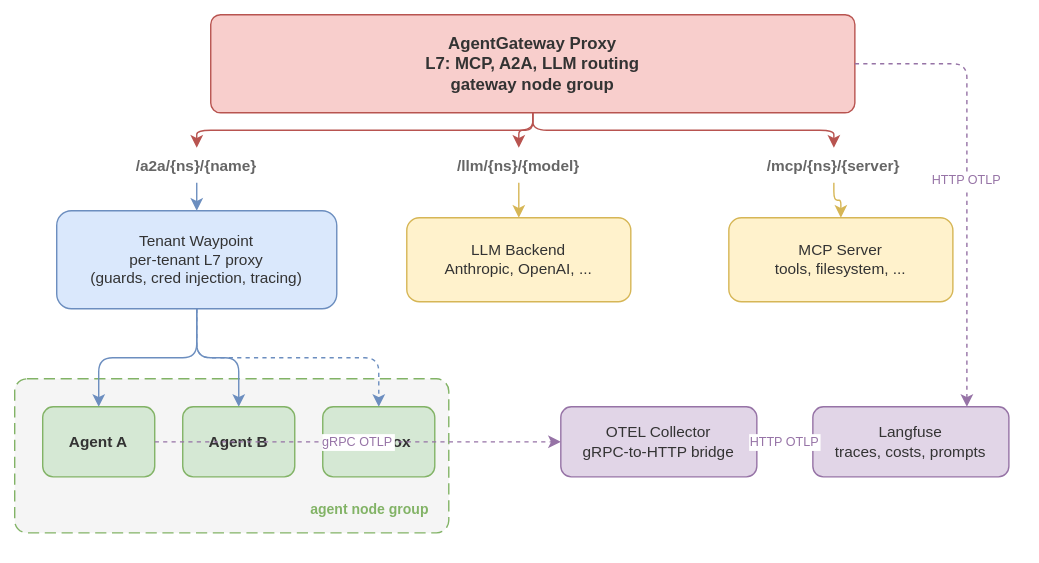
The draw.io diagram architecture.drawio.svg in syn-zhu/agentic-platform, before a commit. Source tidied: cells renumbered, new cells last; positions are measured from the earlier drawing's top-left corner, leaving out a move shared by most shapes.
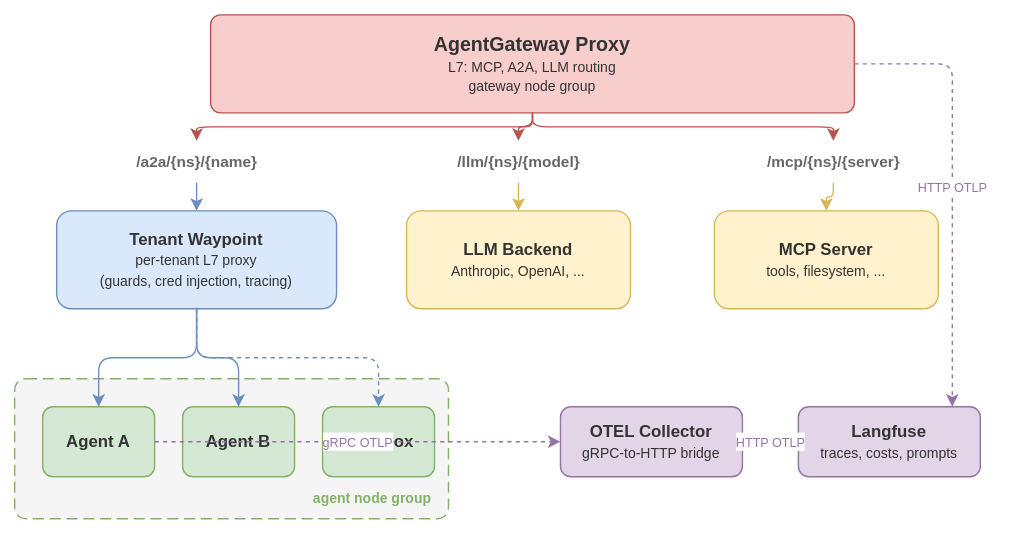
After the change.

Change to the diagram source:
```diff
@@ -2,83 +2,83 @@
   <root>
     <mxCell id="0" />
     <mxCell id="1" parent="0" />
-    <mxCell id="2" value="AgentGateway Proxy&#10;L7: MCP, A2A, LLM routing&#10;gateway node group" style="rounded=1;whiteSpace=wrap;fillColor=#f8cecc;strokeColor=#b85450;fontColor=#333333;fontStyle=1;fontSize=12;arcSize=10;" parent="1" vertex="1">
+    <mxCell id="2" value="&lt;b style=&quot;font-size:14px&quot;&gt;AgentGateway Proxy&lt;/b&gt;&lt;br&gt;&lt;font style=&quot;font-size:10px&quot;&gt;L7: MCP, A2A, LLM routing&lt;br&gt;gateway node group&lt;/font&gt;" style="rounded=1;whiteSpace=wrap;html=1;fillColor=#f8cecc;strokeColor=#b85450;fontColor=#333333;arcSize=10;" parent="1" vertex="1">
       <mxGeometry x="140" width="460" height="70" as="geometry" />
     </mxCell>
-    <mxCell id="3" value="/a2a/{ns}/{name}" style="text;align=center;verticalAlign=middle;fillColor=none;strokeColor=none;fontColor=#666666;fontStyle=1;fontSize=11;" parent="1" vertex="1">
-      <mxGeometry x="50" y="95" width="160" height="25" as="geometry" />
+    <mxCell id="3" value="&lt;font style=&quot;font-size:11px&quot;&gt;&lt;b&gt;/a2a/{ns}/{name}&lt;/b&gt;&lt;/font&gt;" style="text;html=1;align=center;verticalAlign=middle;fillColor=none;strokeColor=none;fontColor=#666666;" parent="1" vertex="1">
+      <mxGeometry x="50" y="90" width="160" height="30" as="geometry" />
     </mxCell>
-    <mxCell id="4" value="/llm/{ns}/{model}" style="text;align=center;verticalAlign=middle;fillColor=none;strokeColor=none;fontColor=#666666;fontStyle=1;fontSize=11;" parent="1" vertex="1">
-      <mxGeometry x="280" y="95" width="160" height="25" as="geometry" />
+    <mxCell id="4" value="&lt;font style=&quot;font-size:11px&quot;&gt;&lt;b&gt;/llm/{ns}/{model}&lt;/b&gt;&lt;/font&gt;" style="text;html=1;align=center;verticalAlign=middle;fillColor=none;strokeColor=none;fontColor=#666666;" parent="1" vertex="1">
+      <mxGeometry x="280" y="90" width="160" height="30" as="geometry" />
     </mxCell>
-    <mxCell id="5" value="/mcp/{ns}/{server}" style="text;align=center;verticalAlign=middle;fillColor=none;strokeColor=none;fontColor=#666666;fontStyle=1;fontSize=11;" parent="1" vertex="1">
-      <mxGeometry x="500" y="95" width="170" height="25" as="geometry" />
+    <mxCell id="5" value="&lt;font style=&quot;font-size:11px&quot;&gt;&lt;b&gt;/mcp/{ns}/{server}&lt;/b&gt;&lt;/font&gt;" style="text;html=1;align=center;verticalAlign=middle;fillColor=none;strokeColor=none;fontColor=#666666;" parent="1" vertex="1">
+      <mxGeometry x="500" y="90" width="170" height="30" as="geometry" />
     </mxCell>
-    <mxCell id="6" style="edgeStyle=orthogonalEdgeStyle;strokeColor=#b85450;" parent="1" edge="1" source="2" target="3">
+    <mxCell id="6" style="edgeStyle=orthogonalEdgeStyle;strokeColor=#b85450;html=1;" parent="1" edge="1" source="2" target="3">
       <mxGeometry relative="1" as="geometry" />
     </mxCell>
-    <mxCell id="7" style="edgeStyle=orthogonalEdgeStyle;strokeColor=#b85450;" parent="1" edge="1" source="2" target="4">
+    <mxCell id="7" style="edgeStyle=orthogonalEdgeStyle;strokeColor=#b85450;html=1;" parent="1" edge="1" source="2" target="4">
       <mxGeometry relative="1" as="geometry" />
     </mxCell>
-    <mxCell id="8" style="edgeStyle=orthogonalEdgeStyle;strokeColor=#b85450;" parent="1" edge="1" source="2" target="5">
+    <mxCell id="8" style="edgeStyle=orthogonalEdgeStyle;strokeColor=#b85450;html=1;" parent="1" edge="1" source="2" target="5">
       <mxGeometry relative="1" as="geometry" />
     </mxCell>
-    <mxCell id="9" value="Tenant Waypoint&#10;per-tenant L7 proxy&#10;(guards, cred injection, tracing)" style="rounded=1;whiteSpace=wrap;fillColor=#dae8fc;strokeColor=#6c8ebf;fontColor=#333333;fontSize=11;" parent="1" vertex="1">
+    <mxCell id="9" value="&lt;b&gt;Tenant Waypoint&lt;/b&gt;&lt;br&gt;&lt;font style=&quot;font-size:10px&quot;&gt;per-tenant L7 proxy&lt;br&gt;(guards, cred injection, tracing)&lt;/font&gt;" style="rounded=1;whiteSpace=wrap;html=1;fillColor=#dae8fc;strokeColor=#6c8ebf;fontColor=#333333;" parent="1" vertex="1">
       <mxGeometry x="30" y="140" width="200" height="70" as="geometry" />
     </mxCell>
-    <mxCell id="10" value="LLM Backend&#10;Anthropic, OpenAI, ..." style="rounded=1;whiteSpace=wrap;fillColor=#fff2cc;strokeColor=#d6b656;fontColor=#333333;fontSize=11;" parent="1" vertex="1">
-      <mxGeometry x="280" y="145" width="160" height="60" as="geometry" />
+    <mxCell id="10" value="&lt;b&gt;LLM Backend&lt;/b&gt;&lt;br&gt;&lt;font style=&quot;font-size:10px&quot;&gt;Anthropic, OpenAI, ...&lt;/font&gt;" style="rounded=1;whiteSpace=wrap;html=1;fillColor=#fff2cc;strokeColor=#d6b656;fontColor=#333333;" parent="1" vertex="1">
+      <mxGeometry x="280" y="140" width="160" height="70" as="geometry" />
     </mxCell>
-    <mxCell id="11" value="MCP Server&#10;tools, filesystem, ..." style="rounded=1;whiteSpace=wrap;fillColor=#fff2cc;strokeColor=#d6b656;fontColor=#333333;fontSize=11;" parent="1" vertex="1">
-      <mxGeometry x="510" y="145" width="160" height="60" as="geometry" />
+    <mxCell id="11" value="&lt;b&gt;MCP Server&lt;/b&gt;&lt;br&gt;&lt;font style=&quot;font-size:10px&quot;&gt;tools, filesystem, ...&lt;/font&gt;" style="rounded=1;whiteSpace=wrap;html=1;fillColor=#fff2cc;strokeColor=#d6b656;fontColor=#333333;" parent="1" vertex="1">
+      <mxGeometry x="500" y="140" width="160" height="70" as="geometry" />
     </mxCell>
-    <mxCell id="12" style="edgeStyle=orthogonalEdgeStyle;strokeColor=#6c8ebf;" parent="1" edge="1" source="3" target="9">
+    <mxCell id="12" style="edgeStyle=orthogonalEdgeStyle;strokeColor=#6c8ebf;html=1;" parent="1" edge="1" source="3" target="9">
       <mxGeometry relative="1" as="geometry" />
     </mxCell>
-    <mxCell id="13" style="edgeStyle=orthogonalEdgeStyle;strokeColor=#d6b656;" parent="1" edge="1" source="4" target="10">
+    <mxCell id="13" style="edgeStyle=orthogonalEdgeStyle;strokeColor=#d6b656;html=1;" parent="1" edge="1" source="4" target="10">
       <mxGeometry relative="1" as="geometry" />
     </mxCell>
-    <mxCell id="14" style="edgeStyle=orthogonalEdgeStyle;strokeColor=#d6b656;" parent="1" edge="1" source="5" target="11">
+    <mxCell id="14" style="edgeStyle=orthogonalEdgeStyle;strokeColor=#d6b656;html=1;" parent="1" edge="1" source="5" target="11">
       <mxGeometry relative="1" as="geometry" />
     </mxCell>
-    <mxCell id="15" value="agent node group" style="rounded=1;whiteSpace=wrap;fillColor=#f5f5f5;strokeColor=#82b366;dashed=1;dashPattern=8 4;verticalAlign=bottom;align=right;spacingBottom=8;spacingRight=12;arcSize=8;fontColor=#82b366;fontStyle=1;fontSize=10;" parent="1" vertex="1">
-      <mxGeometry y="260" width="310" height="110" as="geometry" />
+    <mxCell id="15" value="&lt;font style=&quot;font-size:10px;color:#82b366&quot;&gt;&lt;b&gt;agent node group&lt;/b&gt;&lt;/font&gt;" style="rounded=1;whiteSpace=wrap;html=1;fillColor=#f5f5f5;strokeColor=#82b366;dashed=1;dashPattern=8 4;verticalAlign=bottom;align=right;spacingBottom=6;spacingRight=10;arcSize=8;" parent="1" vertex="1">
+      <mxGeometry y="260" width="310" height="100" as="geometry" />
     </mxCell>
-    <mxCell id="16" value="Agent A" style="rounded=1;whiteSpace=wrap;fillColor=#d5e8d4;strokeColor=#82b366;fontColor=#333333;fontStyle=1;fontSize=11;" parent="1" vertex="1">
+    <mxCell id="16" value="&lt;b&gt;Agent A&lt;/b&gt;" style="rounded=1;whiteSpace=wrap;html=1;fillColor=#d5e8d4;strokeColor=#82b366;fontColor=#333333;" parent="1" vertex="1">
       <mxGeometry x="20" y="280" width="80" height="50" as="geometry" />
     </mxCell>
-    <mxCell id="17" value="Agent B" style="rounded=1;whiteSpace=wrap;fillColor=#d5e8d4;strokeColor=#82b366;fontColor=#333333;fontStyle=1;fontSize=11;" parent="1" vertex="1">
+    <mxCell id="17" value="&lt;b&gt;Agent B&lt;/b&gt;" style="rounded=1;whiteSpace=wrap;html=1;fillColor=#d5e8d4;strokeColor=#82b366;fontColor=#333333;" parent="1" vertex="1">
       <mxGeometry x="120" y="280" width="80" height="50" as="geometry" />
     </mxCell>
-    <mxCell id="18" value="Sandbox" style="rounded=1;whiteSpace=wrap;fillColor=#d5e8d4;strokeColor=#82b366;fontColor=#333333;fontStyle=1;fontSize=11;" parent="1" vertex="1">
+    <mxCell id="18" value="&lt;b&gt;Sandbox&lt;/b&gt;" style="rounded=1;whiteSpace=wrap;html=1;fillColor=#d5e8d4;strokeColor=#82b366;fontColor=#333333;" parent="1" vertex="1">
       <mxGeometry x="220" y="280" width="80" height="50" as="geometry" />
     </mxCell>
-    <mxCell id="19" style="edgeStyle=orthogonalEdgeStyle;strokeColor=#6c8ebf;" parent="1" edge="1" source="9" target="16">
+    <mxCell id="19" style="edgeStyle=orthogonalEdgeStyle;strokeColor=#6c8ebf;html=1;" parent="1" edge="1" source="9" target="16">
       <mxGeometry relative="1" as="geometry" />
     </mxCell>
-    <mxCell id="20" style="edgeStyle=orthogonalEdgeStyle;strokeColor=#6c8ebf;" parent="1" edge="1" source="9" target="17">
+    <mxCell id="20" style="edgeStyle=orthogonalEdgeStyle;strokeColor=#6c8ebf;html=1;" parent="1" edge="1" source="9" target="17">
       <mxGeometry relative="1" as="geometry" />
     </mxCell>
-    <mxCell id="21" style="edgeStyle=orthogonalEdgeStyle;strokeColor=#6c8ebf;dashed=1;" parent="1" edge="1" source="9" target="18">
+    <mxCell id="21" style="edgeStyle=orthogonalEdgeStyle;strokeColor=#6c8ebf;dashed=1;html=1;" parent="1" edge="1" source="9" target="18">
       <mxGeometry relative="1" as="geometry" />
     </mxCell>
-    <mxCell id="22" value="OTEL Collector&#10;gRPC-to-HTTP bridge" style="rounded=1;whiteSpace=wrap;fillColor=#e1d5e7;strokeColor=#9673a6;fontColor=#333333;fontSize=11;" parent="1" vertex="1">
-      <mxGeometry x="390" y="280" width="140" height="50" as="geometry" />
+    <mxCell id="22" value="&lt;b&gt;OTEL Collector&lt;/b&gt;&lt;br&gt;&lt;font style=&quot;font-size:10px&quot;&gt;gRPC-to-HTTP bridge&lt;/font&gt;" style="rounded=1;whiteSpace=wrap;html=1;fillColor=#e1d5e7;strokeColor=#9673a6;fontColor=#333333;" parent="1" vertex="1">
+      <mxGeometry x="390" y="280" width="130" height="50" as="geometry" />
     </mxCell>
-    <mxCell id="23" value="Langfuse&#10;traces, costs, prompts" style="rounded=1;whiteSpace=wrap;fillColor=#e1d5e7;strokeColor=#9673a6;fontColor=#333333;fontSize=11;" parent="1" vertex="1">
-      <mxGeometry x="570" y="280" width="140" height="50" as="geometry" />
+    <mxCell id="23" value="&lt;b&gt;Langfuse&lt;/b&gt;&lt;br&gt;&lt;font style=&quot;font-size:10px&quot;&gt;traces, costs, prompts&lt;/font&gt;" style="rounded=1;whiteSpace=wrap;html=1;fillColor=#e1d5e7;strokeColor=#9673a6;fontColor=#333333;" parent="1" vertex="1">
+      <mxGeometry x="560" y="280" width="130" height="50" as="geometry" />
     </mxCell>
-    <mxCell id="24" value="gRPC OTLP" style="edgeStyle=orthogonalEdgeStyle;strokeColor=#9673a6;dashed=1;fontSize=9;fontColor=#9673a6;" parent="1" edge="1" source="16" target="22">
+    <mxCell id="24" value="&lt;font style=&quot;font-size:9px;color:#9673a6&quot;&gt;gRPC OTLP&lt;/font&gt;" style="edgeStyle=orthogonalEdgeStyle;strokeColor=#9673a6;dashed=1;html=1;" parent="1" edge="1" source="16" target="22">
       <mxGeometry relative="1" as="geometry" />
     </mxCell>
-    <mxCell id="25" value="HTTP OTLP" style="edgeStyle=orthogonalEdgeStyle;strokeColor=#9673a6;dashed=1;fontSize=9;fontColor=#9673a6;" parent="1" edge="1" source="22" target="23">
+    <mxCell id="25" value="&lt;font style=&quot;font-size:9px;color:#9673a6&quot;&gt;HTTP OTLP&lt;/font&gt;" style="edgeStyle=orthogonalEdgeStyle;strokeColor=#9673a6;dashed=1;html=1;" parent="1" edge="1" source="22" target="23">
       <mxGeometry relative="1" as="geometry" />
     </mxCell>
-    <mxCell id="26" value="HTTP OTLP" style="edgeStyle=orthogonalEdgeStyle;strokeColor=#9673a6;dashed=1;exitX=1;exitY=0.5;exitDx=0;exitDy=0;fontSize=9;fontColor=#9673a6;" parent="1" edge="1" source="2" target="23">
+    <mxCell id="26" value="&lt;font style=&quot;font-size:9px;color:#9673a6&quot;&gt;HTTP OTLP&lt;/font&gt;" style="edgeStyle=orthogonalEdgeStyle;strokeColor=#9673a6;dashed=1;exitX=1;exitY=0.5;exitDx=0;exitDy=0;html=1;" parent="1" edge="1" source="2" target="23">
       <mxGeometry relative="1" as="geometry">
         <Array as="points">
-          <mxPoint x="680" y="35" />
-          <mxPoint x="680" y="305" />
+          <mxPoint x="670" y="35" />
+          <mxPoint x="670" y="305" />
         </Array>
       </mxGeometry>
     </mxCell>
```
